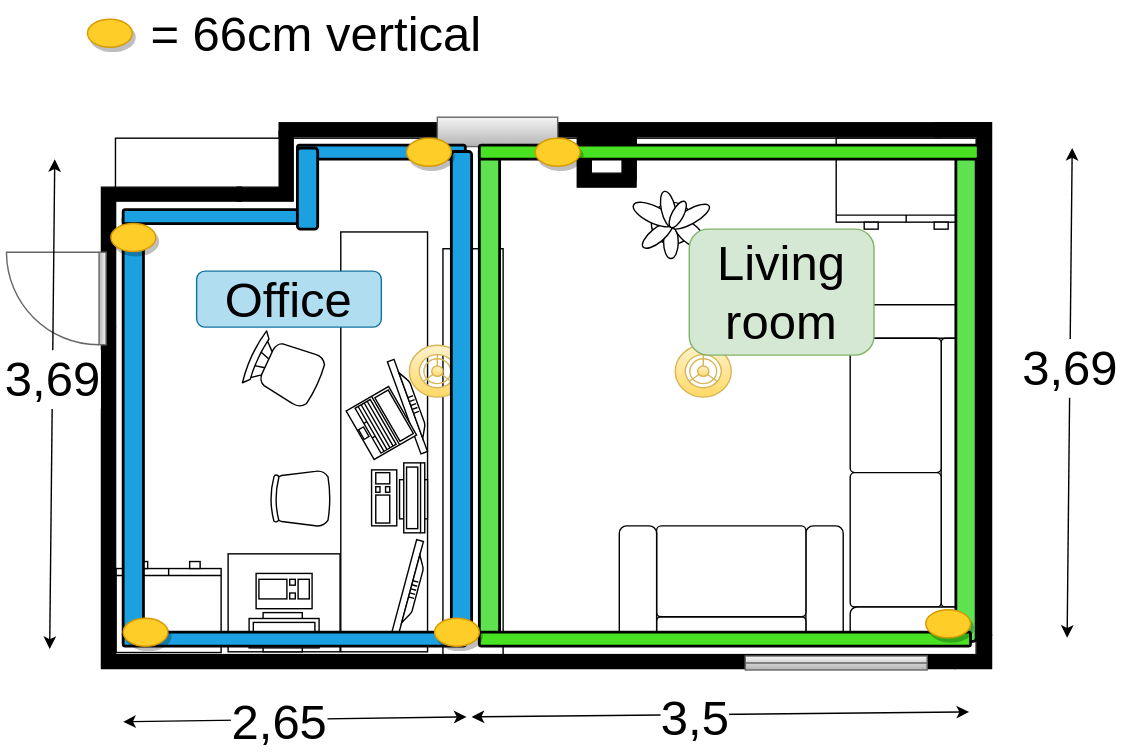
Above: docs/level_field/room_plan_downstair_led.svg in alexkratzer/autohomestack (draw.io), before the change. Source tidied: cells renumbered, new cells last; positions are measured from the earlier drawing's top-left corner, leaving out a move shared by most shapes. The source it was exported from:
```xml
<mxGraphModel background="#ffffff">
  <root>
    <mxCell id="0" />
    <mxCell id="1" value="wall" parent="0" />
    <mxCell id="2" style="verticalLabelPosition=bottom;html=1;verticalAlign=top;align=center;shape=mxgraph.floorplan.wallCorner;fillColor=#000000;shadow=0;sketch=0;strokeColor=#000000;" parent="1" vertex="1">
      <mxGeometry x="65" y="120" width="100" height="100" as="geometry" />
    </mxCell>
    <mxCell id="3" style="verticalLabelPosition=bottom;html=1;verticalAlign=top;align=center;shape=mxgraph.floorplan.wallCorner;fillColor=#000000;direction=west;shadow=0;sketch=0;strokeColor=#000000;" parent="1" vertex="1">
      <mxGeometry x="162" y="80" width="40" height="50" as="geometry" />
    </mxCell>
    <mxCell id="4" style="verticalLabelPosition=bottom;html=1;verticalAlign=top;align=center;shape=mxgraph.floorplan.wall;fillColor=#000000;shadow=0;sketch=0;strokeColor=#000000;" parent="1" vertex="1">
      <mxGeometry x="192" y="74" width="473" height="10" as="geometry" />
    </mxCell>
    <mxCell id="5" style="verticalLabelPosition=bottom;html=1;verticalAlign=top;align=center;shape=mxgraph.floorplan.wallCorner;fillColor=#000000;direction=south;shadow=0;sketch=0;strokeColor=#000000;" parent="1" vertex="1">
      <mxGeometry x="661" y="74" width="40" height="366" as="geometry" />
    </mxCell>
    <mxCell id="6" style="verticalLabelPosition=bottom;html=1;verticalAlign=top;align=center;shape=mxgraph.floorplan.wallCorner;fillColor=#000000;direction=north;shadow=0;sketch=0;strokeColor=#000000;" parent="1" vertex="1">
      <mxGeometry x="65" y="220" width="610" height="244" as="geometry" />
    </mxCell>
    <mxCell id="7" style="verticalLabelPosition=bottom;html=1;verticalAlign=top;align=center;shape=mxgraph.floorplan.wallCorner;fillColor=#000000;direction=west;shadow=0;sketch=0;strokeColor=#000000;" parent="1" vertex="1">
      <mxGeometry x="675" y="440" width="26" height="24" as="geometry" />
    </mxCell>
    <mxCell id="8" parent="0" />
    <mxCell id="9" style="rounded=0;whiteSpace=wrap;html=1;shadow=0;sketch=0;strokeColor=#000000;gradientColor=none;fillColor=none;" parent="8" vertex="1">
      <mxGeometry x="75" y="85" width="615" height="369" as="geometry" />
    </mxCell>
    <mxCell id="10" style="rounded=0;whiteSpace=wrap;html=1;shadow=0;sketch=0;strokeColor=#000000;fillColor=#ffffff;gradientColor=none;" parent="8" vertex="1">
      <mxGeometry x="408" y="85" width="39" height="30" as="geometry" />
    </mxCell>
    <mxCell id="11" style="rounded=0;whiteSpace=wrap;html=1;shadow=0;sketch=1;strokeColor=#000000;fillColor=#ffffff;gradientColor=none;" parent="8" vertex="1">
      <mxGeometry x="309" y="164" width="43" height="290" as="geometry" />
    </mxCell>
    <mxCell id="12" style="group;rotation=-90;sketch=1;shadow=1;" parent="8" vertex="1">
      <mxGeometry x="115" y="265" width="302" height="74.7" as="geometry" />
    </mxCell>
    <mxCell id="13" style="verticalLabelPosition=bottom;html=1;verticalAlign=top;align=center;strokeWidth=1;shape=mxgraph.floorplan.office_chair;shadow=0;rounded=0;comic=0;fontFamily=Verdana;fontSize=12;rotation=-90;" parent="12" vertex="1">
      <mxGeometry x="72" y="56" width="40" height="43" as="geometry" />
    </mxCell>
    <mxCell id="14" style="shape=rect;shadow=0;rounded=0;comic=0;fontFamily=Verdana;fontSize=12;align=center;html=1;rotation=-90;" parent="12" vertex="1">
      <mxGeometry x="2" y="6" width="300" height="62" as="geometry" />
    </mxCell>
    <mxCell id="15" style="verticalLabelPosition=bottom;html=1;verticalAlign=top;align=center;strokeWidth=1;shape=mxgraph.floorplan.workstation;shadow=0;flipV=1;rounded=0;comic=0;fontFamily=Verdana;fontSize=12;rotation=-90;" parent="12" vertex="1">
      <mxGeometry x="138" y="57" width="50" height="40" as="geometry" />
    </mxCell>
    <mxCell id="16" style="verticalLabelPosition=bottom;html=1;verticalAlign=top;align=center;strokeWidth=1;shape=mxgraph.floorplan.flat_tv;rounded=0;shadow=0;comic=0;fontFamily=Verdana;fontSize=12;rotation=-255;" parent="12" vertex="1">
      <mxGeometry x="136" y="137" width="70" height="10" as="geometry" />
    </mxCell>
    <mxCell id="17" style="verticalLabelPosition=bottom;html=1;verticalAlign=top;align=center;strokeWidth=1;shape=mxgraph.floorplan.flat_tv;rounded=0;shadow=0;comic=0;fontFamily=Verdana;fontSize=12;rotation=70;" parent="12" vertex="1">
      <mxGeometry x="136" y="6" width="70" height="10" as="geometry" />
    </mxCell>
    <mxCell id="18" style="verticalLabelPosition=bottom;html=1;verticalAlign=top;align=center;shape=mxgraph.floorplan.laptop;shadow=0;sketch=0;strokeColor=#000000;fillColor=#ffffff;gradientColor=none;rotation=60;" parent="12" vertex="1">
      <mxGeometry x="130" y="6" width="40" height="35" as="geometry" />
    </mxCell>
    <mxCell id="19" style="verticalLabelPosition=bottom;html=1;verticalAlign=top;align=center;shape=mxgraph.floorplan.couch;shadow=0;sketch=1;strokeColor=#000000;fillColor=#ffffff;gradientColor=none;rotation=90;" parent="8" vertex="1">
      <mxGeometry x="520" y="284" width="240" height="80" as="geometry" />
    </mxCell>
    <mxCell id="20" style="verticalLabelPosition=bottom;html=1;verticalAlign=top;align=center;shape=mxgraph.floorplan.flat_tv;shadow=0;sketch=1;strokeColor=#000000;fillColor=#ffffff;gradientColor=none;" parent="8" vertex="1">
      <mxGeometry x="475" y="90" width="100" height="10" as="geometry" />
    </mxCell>
    <mxCell id="21" style="verticalLabelPosition=bottom;html=1;verticalAlign=top;align=center;shape=mxgraph.floorplan.chair;shadow=0;sketch=1;strokeColor=#000000;fillColor=#ffffff;gradientColor=none;rotation=-65;" parent="8" vertex="1">
      <mxGeometry x="175" y="225" width="41" height="52" as="geometry" />
    </mxCell>
    <mxCell id="22" style="verticalLabelPosition=bottom;html=1;verticalAlign=top;align=center;shape=mxgraph.floorplan.sofa;shadow=0;sketch=1;strokeColor=#000000;fillColor=#ffffff;gradientColor=none;rotation=0;direction=west;" parent="8" vertex="1">
      <mxGeometry x="435" y="362" width="160" height="80" as="geometry" />
    </mxCell>
    <mxCell id="23" style="verticalLabelPosition=bottom;html=1;verticalAlign=top;align=center;strokeWidth=1;shape=mxgraph.floorplan.dresser;rounded=0;shadow=0;comic=0;fontFamily=Verdana;fontSize=12;rotation=0;sketch=1;" parent="8" vertex="1">
      <mxGeometry x="590" y="85" width="100" height="65" as="geometry" />
    </mxCell>
    <mxCell id="24" style="verticalLabelPosition=bottom;html=1;verticalAlign=top;align=center;strokeWidth=1;shape=mxgraph.floorplan.dresser;rounded=0;shadow=0;comic=0;fontFamily=Verdana;fontSize=12;rotation=90;direction=south;sketch=1;" parent="8" vertex="1">
      <mxGeometry x="80.5" y="382.5" width="65" height="75" as="geometry" />
    </mxCell>
    <mxCell id="25" style="group;sketch=1;" parent="8" vertex="1">
      <mxGeometry x="155.5" y="382" width="80" height="70" as="geometry" />
    </mxCell>
    <mxCell id="26" style="group;" parent="25" vertex="1">
      <mxGeometry width="80" height="70" as="geometry" />
    </mxCell>
    <mxCell id="27" style="shape=rect;shadow=0;rounded=0;comic=0;fontFamily=Verdana;fontSize=12;align=center;html=1;" parent="26" vertex="1">
      <mxGeometry width="80" height="70" as="geometry" />
    </mxCell>
    <mxCell id="28" style="verticalLabelPosition=bottom;html=1;verticalAlign=top;align=center;strokeWidth=1;shape=mxgraph.floorplan.workstation;shadow=0;flipV=1;rounded=0;comic=0;fontFamily=Verdana;fontSize=12;" parent="26" vertex="1">
      <mxGeometry x="15" y="14" width="50" height="56" as="geometry" />
    </mxCell>
    <mxCell id="29" style="verticalLabelPosition=bottom;html=1;verticalAlign=top;align=center;strokeWidth=1;shape=mxgraph.floorplan.plant;rounded=0;shadow=0;comic=0;fontFamily=Verdana;fontSize=12;sketch=1;" parent="8" vertex="1">
      <mxGeometry x="447" y="120" width="47" height="51" as="geometry" />
    </mxCell>
    <mxCell id="30" style="verticalLabelPosition=bottom;html=1;verticalAlign=top;align=center;shape=mxgraph.floorplan.window;shadow=0;sketch=0;strokeColor=#666666;fillColor=#f5f5f5;gradientColor=#b3b3b3;" parent="8" vertex="1">
      <mxGeometry x="525" y="450" width="130" height="20" as="geometry" />
    </mxCell>
    <mxCell id="31" style="verticalLabelPosition=bottom;html=1;verticalAlign=top;align=center;shape=mxgraph.floorplan.doorLeft;shadow=0;sketch=0;strokeColor=#666666;fillColor=#f5f5f5;gradientColor=#b3b3b3;rotation=90;" parent="8" vertex="1">
      <mxGeometry x="0.1" y="164.4" width="66.1" height="70.3" as="geometry" />
    </mxCell>
    <mxCell id="32" style="rounded=0;whiteSpace=wrap;html=1;fillColor=#f5f5f5;strokeColor=#666666;gradientColor=#b3b3b3;" parent="8" vertex="1">
      <mxGeometry x="305" y="70" width="86" height="21" as="geometry" />
    </mxCell>
    <mxCell id="33" style="verticalLabelPosition=bottom;html=1;verticalAlign=top;align=center;shape=mxgraph.floorplan.room;fillColor=#000000;shadow=0;sketch=0;strokeColor=#000000;" parent="8" vertex="1">
      <mxGeometry x="405" y="80" width="42" height="40" as="geometry" />
    </mxCell>
    <mxCell id="34" style="verticalLabelPosition=bottom;html=1;verticalAlign=top;align=center;shape=mxgraph.floorplan.floor_lamp;rounded=1;shadow=0;glass=0;labelBackgroundColor=none;sketch=1;strokeColor=#d6b656;fillColor=#fff2cc;gradientColor=#ffd966;fontSize=35;" parent="8" vertex="1">
      <mxGeometry x="285" y="233" width="40" height="37" as="geometry" />
    </mxCell>
    <mxCell id="35" style="verticalLabelPosition=bottom;html=1;verticalAlign=top;align=center;shape=mxgraph.floorplan.floor_lamp;rounded=1;shadow=0;glass=0;labelBackgroundColor=none;sketch=1;strokeColor=#d6b656;fillColor=#fff2cc;gradientColor=#ffd966;fontSize=35;" parent="8" vertex="1">
      <mxGeometry x="475" y="233" width="40" height="37" as="geometry" />
    </mxCell>
    <mxCell id="36" value="led" parent="0" />
    <mxCell id="37" style="rounded=1;whiteSpace=wrap;html=1;strokeWidth=2;fillWeight=4;hachureGap=8;hachureAngle=45;fillColor=#1ba1e2;sketch=1;shadow=0;" parent="36" vertex="1">
      <mxGeometry x="205" y="90" width="120" height="10" as="geometry" />
    </mxCell>
    <mxCell id="38" style="rounded=1;whiteSpace=wrap;html=1;strokeWidth=2;fillWeight=4;hachureGap=8;hachureAngle=45;fillColor=#1ba1e2;sketch=1;shadow=0;" parent="36" vertex="1">
      <mxGeometry x="80.5" y="438" width="244.5" height="10" as="geometry" />
    </mxCell>
    <mxCell id="39" style="rounded=1;whiteSpace=wrap;html=1;strokeWidth=2;fillWeight=4;hachureGap=8;hachureAngle=45;fillColor=#1ba1e2;sketch=1;shadow=0;" parent="36" vertex="1">
      <mxGeometry x="80.5" y="140" width="14.5" height="302" as="geometry" />
    </mxCell>
    <mxCell id="40" style="rounded=1;whiteSpace=wrap;html=1;strokeWidth=2;fillWeight=4;hachureGap=8;hachureAngle=45;fillColor=#1ba1e2;sketch=1;shadow=0;" parent="36" vertex="1">
      <mxGeometry x="315" y="94.5" width="14.5" height="350" as="geometry" />
    </mxCell>
    <mxCell id="41" style="rounded=1;whiteSpace=wrap;html=1;strokeWidth=2;fillWeight=4;hachureGap=8;hachureAngle=45;sketch=1;shadow=0;fillColor=#5EE24F;" parent="36" vertex="1">
      <mxGeometry x="335" y="92" width="14.5" height="350" as="geometry" />
    </mxCell>
    <mxCell id="42" style="rounded=1;whiteSpace=wrap;html=1;strokeWidth=2;fillWeight=4;hachureGap=8;hachureAngle=45;sketch=1;shadow=0;fillColor=#5EE24F;" parent="36" vertex="1">
      <mxGeometry x="675.5" y="94.5" width="14.5" height="350" as="geometry" />
    </mxCell>
    <mxCell id="43" style="rounded=1;whiteSpace=wrap;html=1;strokeWidth=2;fillWeight=4;hachureGap=8;hachureAngle=45;sketch=1;shadow=0;fillColor=#48E222;" parent="36" vertex="1">
      <mxGeometry x="335" y="90" width="356.5" height="10" as="geometry" />
    </mxCell>
    <mxCell id="44" style="rounded=1;whiteSpace=wrap;html=1;strokeWidth=2;fillWeight=4;hachureGap=8;hachureAngle=45;sketch=1;shadow=0;fillColor=#48E222;" parent="36" vertex="1">
      <mxGeometry x="335" y="438" width="351" height="10" as="geometry" />
    </mxCell>
    <mxCell id="45" style="rounded=1;whiteSpace=wrap;html=1;strokeWidth=2;fillWeight=4;hachureGap=8;hachureAngle=45;fillColor=#1ba1e2;sketch=1;shadow=0;" parent="36" vertex="1">
      <mxGeometry x="80.5" y="136" width="124.5" height="10" as="geometry" />
    </mxCell>
    <mxCell id="46" style="rounded=1;whiteSpace=wrap;html=1;strokeWidth=2;fillWeight=4;hachureGap=8;hachureAngle=45;fillColor=#1ba1e2;sketch=1;shadow=0;" parent="36" vertex="1">
      <mxGeometry x="205" y="92" width="14.5" height="58" as="geometry" />
    </mxCell>
    <mxCell id="47" value="Office" style="text;align=center;verticalAlign=middle;rounded=1;shadow=0;glass=0;labelBackgroundColor=none;sketch=1;fontSize=35;whiteSpace=wrap;html=1;fillColor=#b1ddf0;strokeColor=#10739e;" parent="36" vertex="1">
      <mxGeometry x="133" y="180" width="132" height="40" as="geometry" />
    </mxCell>
    <mxCell id="48" value="Living room" style="text;align=center;verticalAlign=middle;rounded=1;shadow=0;glass=0;labelBackgroundColor=none;sketch=1;fontSize=35;whiteSpace=wrap;html=1;fillColor=#d5e8d4;strokeColor=#82b366;" parent="36" vertex="1">
      <mxGeometry x="485" y="150" width="132" height="90" as="geometry" />
    </mxCell>
    <mxCell id="49" style="endArrow=classic;startArrow=classic;html=1;fontSize=35;fontColor=#000000;entryX=0.75;entryY=1;entryDx=0;entryDy=0;exitX=0;exitY=1;exitDx=0;exitDy=0;" parent="36" edge="1">
      <mxGeometry relative="1" as="geometry">
        <mxPoint x="80.5" y="502" as="sourcePoint" />
        <mxPoint x="325.9" y="498.5" as="targetPoint" />
      </mxGeometry>
    </mxCell>
    <mxCell id="50" value="2,65" style="edgeLabel;html=1;align=center;verticalAlign=middle;fontSize=35;fontColor=#000000;" parent="49" vertex="1">
      <mxGeometry x="-0.1" y="-1" relative="1" as="geometry" />
    </mxCell>
    <mxCell id="51" style="endArrow=classic;startArrow=classic;html=1;fontSize=35;fontColor=#000000;entryX=0.5;entryY=1;entryDx=0;entryDy=0;exitX=0.75;exitY=0;exitDx=0;exitDy=0;" parent="36" edge="1">
      <mxGeometry relative="1" as="geometry">
        <mxPoint x="31.6" y="100" as="sourcePoint" />
        <mxPoint x="28" y="450" as="targetPoint" />
      </mxGeometry>
    </mxCell>
    <mxCell id="52" value="3,69" style="edgeLabel;html=1;align=center;verticalAlign=middle;fontSize=35;fontColor=#000000;" parent="51" vertex="1">
      <mxGeometry x="-0.1" y="-1" relative="1" as="geometry" />
    </mxCell>
    <mxCell id="53" style="endArrow=classic;startArrow=classic;html=1;fontSize=35;fontColor=#000000;entryX=0.5;entryY=1;entryDx=0;entryDy=0;exitX=0.75;exitY=0;exitDx=0;exitDy=0;" parent="36" edge="1">
      <mxGeometry relative="1" as="geometry">
        <mxPoint x="758.6" y="92" as="sourcePoint" />
        <mxPoint x="755" y="442" as="targetPoint" />
      </mxGeometry>
    </mxCell>
    <mxCell id="54" value="3,69" style="edgeLabel;html=1;align=center;verticalAlign=middle;fontSize=35;fontColor=#000000;" parent="53" vertex="1">
      <mxGeometry x="-0.1" y="-1" relative="1" as="geometry" />
    </mxCell>
    <mxCell id="55" style="endArrow=classic;startArrow=classic;html=1;fontSize=35;fontColor=#000000;exitX=0;exitY=1;exitDx=0;exitDy=0;" parent="36" edge="1">
      <mxGeometry relative="1" as="geometry">
        <mxPoint x="329.5" y="498.5" as="sourcePoint" />
        <mxPoint x="685" y="495" as="targetPoint" />
      </mxGeometry>
    </mxCell>
    <mxCell id="56" value="3,5" style="edgeLabel;html=1;align=center;verticalAlign=middle;fontSize=35;fontColor=#000000;" parent="55" vertex="1">
      <mxGeometry x="-0.1" y="-1" relative="1" as="geometry" />
    </mxCell>
    <mxCell id="57" style="ellipse;whiteSpace=wrap;html=1;rounded=1;shadow=1;glass=0;labelBackgroundColor=none;sketch=1;strokeColor=#d79b00;fontSize=35;fillColor=#ffcd28;" parent="36" vertex="1">
      <mxGeometry x="55" width="32" height="20" as="geometry" />
    </mxCell>
    <mxCell id="58" value="= 66cm&amp;nbsp;vertical&amp;nbsp;" style="text;html=1;strokeColor=none;fillColor=none;align=center;verticalAlign=middle;whiteSpace=wrap;rounded=0;shadow=1;glass=0;labelBackgroundColor=none;sketch=1;fontSize=35;fontColor=#000000;" parent="36" vertex="1">
      <mxGeometry x="80.5" width="284.5" height="20" as="geometry" />
    </mxCell>
    <mxCell id="59" style="ellipse;whiteSpace=wrap;html=1;rounded=1;shadow=1;glass=0;labelBackgroundColor=none;sketch=1;strokeColor=#d79b00;fontSize=35;fillColor=#ffcd28;" parent="36" vertex="1">
      <mxGeometry x="71.8" y="146" width="32" height="20" as="geometry" />
    </mxCell>
    <mxCell id="60" style="ellipse;whiteSpace=wrap;html=1;rounded=1;shadow=1;glass=0;labelBackgroundColor=none;sketch=1;strokeColor=#d79b00;fontSize=35;fillColor=#ffcd28;" parent="36" vertex="1">
      <mxGeometry x="80.5" y="428" width="32" height="20" as="geometry" />
    </mxCell>
    <mxCell id="61" style="ellipse;whiteSpace=wrap;html=1;rounded=1;shadow=1;glass=0;labelBackgroundColor=none;sketch=1;strokeColor=#d79b00;fontSize=35;fillColor=#ffcd28;" parent="36" vertex="1">
      <mxGeometry x="283" y="85" width="32" height="20" as="geometry" />
    </mxCell>
    <mxCell id="62" style="ellipse;whiteSpace=wrap;html=1;rounded=1;shadow=1;glass=0;labelBackgroundColor=none;sketch=1;strokeColor=#d79b00;fontSize=35;fillColor=#ffcd28;" parent="36" vertex="1">
      <mxGeometry x="375" y="85" width="32" height="20" as="geometry" />
    </mxCell>
    <mxCell id="63" style="ellipse;whiteSpace=wrap;html=1;rounded=1;shadow=1;glass=0;labelBackgroundColor=none;sketch=1;strokeColor=#d79b00;fontSize=35;fillColor=#ffcd28;" parent="36" vertex="1">
      <mxGeometry x="654" y="422" width="32" height="20" as="geometry" />
    </mxCell>
    <mxCell id="64" style="ellipse;whiteSpace=wrap;html=1;rounded=1;shadow=1;glass=0;labelBackgroundColor=none;sketch=1;strokeColor=#d79b00;fontSize=35;fillColor=#ffcd28;" parent="36" vertex="1">
      <mxGeometry x="303" y="428" width="32" height="20" as="geometry" />
    </mxCell>
  </root>
</mxGraphModel>
```
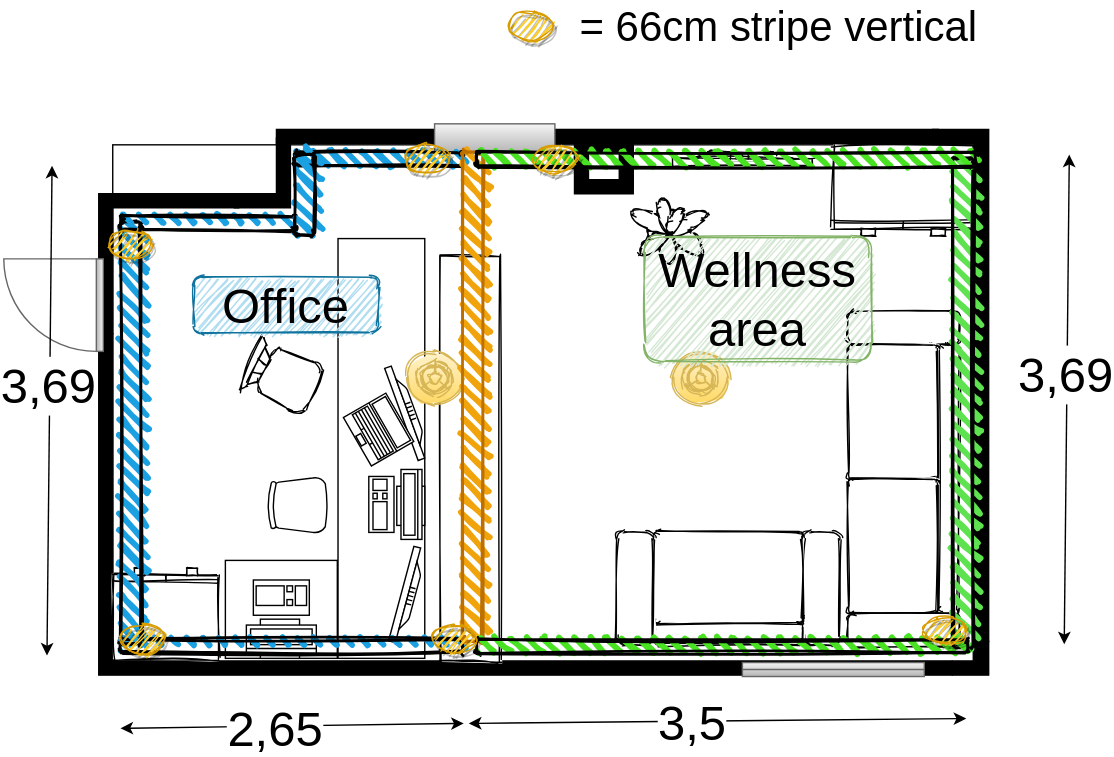
Above is the later version.

The edit, as a diff of the source:
```diff
@@ -112,12 +112,9 @@
     <mxCell id="39" style="rounded=1;whiteSpace=wrap;html=1;strokeWidth=2;fillWeight=4;hachureGap=8;hachureAngle=45;fillColor=#1ba1e2;sketch=1;shadow=0;" parent="36" vertex="1">
       <mxGeometry x="80.5" y="140" width="14.5" height="302" as="geometry" />
     </mxCell>
-    <mxCell id="40" style="rounded=1;whiteSpace=wrap;html=1;strokeWidth=2;fillWeight=4;hachureGap=8;hachureAngle=45;fillColor=#1ba1e2;sketch=1;shadow=0;" parent="36" vertex="1">
-      <mxGeometry x="315" y="94.5" width="14.5" height="350" as="geometry" />
+    <mxCell id="40" style="rounded=1;whiteSpace=wrap;html=1;strokeWidth=2;fillWeight=4;hachureGap=8;hachureAngle=45;fillColor=#f0a30a;sketch=1;shadow=0;strokeColor=#BD7000;fontColor=#ffffff;" parent="36" vertex="1">
+      <mxGeometry x="325" y="90" width="14.5" height="350" as="geometry" />
     </mxCell>
-    <mxCell id="41" style="rounded=1;whiteSpace=wrap;html=1;strokeWidth=2;fillWeight=4;hachureGap=8;hachureAngle=45;sketch=1;shadow=0;fillColor=#5EE24F;" parent="36" vertex="1">
-      <mxGeometry x="335" y="92" width="14.5" height="350" as="geometry" />
-    </mxCell>
     <mxCell id="42" style="rounded=1;whiteSpace=wrap;html=1;strokeWidth=2;fillWeight=4;hachureGap=8;hachureAngle=45;sketch=1;shadow=0;fillColor=#5EE24F;" parent="36" vertex="1">
       <mxGeometry x="675.5" y="94.5" width="14.5" height="350" as="geometry" />
     </mxCell>
@@ -136,8 +133,8 @@
     <mxCell id="47" value="Office" style="text;align=center;verticalAlign=middle;rounded=1;shadow=0;glass=0;labelBackgroundColor=none;sketch=1;fontSize=35;whiteSpace=wrap;html=1;fillColor=#b1ddf0;strokeColor=#10739e;" parent="36" vertex="1">
       <mxGeometry x="133" y="180" width="132" height="40" as="geometry" />
     </mxCell>
-    <mxCell id="48" value="Living room" style="text;align=center;verticalAlign=middle;rounded=1;shadow=0;glass=0;labelBackgroundColor=none;sketch=1;fontSize=35;whiteSpace=wrap;html=1;fillColor=#d5e8d4;strokeColor=#82b366;" parent="36" vertex="1">
-      <mxGeometry x="485" y="150" width="132" height="90" as="geometry" />
+    <mxCell id="48" value="Wellness area" style="text;align=center;verticalAlign=middle;rounded=1;shadow=0;glass=0;labelBackgroundColor=none;sketch=1;fontSize=35;whiteSpace=wrap;html=1;fillColor=#d5e8d4;strokeColor=#82b366;" parent="36" vertex="1">
+      <mxGeometry x="455" y="150" width="162" height="90" as="geometry" />
     </mxCell>
     <mxCell id="49" style="endArrow=classic;startArrow=classic;html=1;fontSize=35;fontColor=#000000;entryX=0.75;entryY=1;entryDx=0;entryDy=0;exitX=0;exitY=1;exitDx=0;exitDy=0;" parent="36" edge="1">
       <mxGeometry relative="1" as="geometry">
@@ -176,10 +173,10 @@
       <mxGeometry x="-0.1" y="-1" relative="1" as="geometry" />
     </mxCell>
     <mxCell id="57" style="ellipse;whiteSpace=wrap;html=1;rounded=1;shadow=1;glass=0;labelBackgroundColor=none;sketch=1;strokeColor=#d79b00;fontSize=35;fillColor=#ffcd28;" parent="36" vertex="1">
-      <mxGeometry x="55" width="32" height="20" as="geometry" />
+      <mxGeometry x="357" y="-10" width="32" height="20" as="geometry" />
     </mxCell>
-    <mxCell id="58" value="= 66cm&amp;nbsp;vertical&amp;nbsp;" style="text;html=1;strokeColor=none;fillColor=none;align=center;verticalAlign=middle;whiteSpace=wrap;rounded=0;shadow=1;glass=0;labelBackgroundColor=none;sketch=1;fontSize=35;fontColor=#000000;" parent="36" vertex="1">
-      <mxGeometry x="80.5" width="284.5" height="20" as="geometry" />
+    <mxCell id="58" value="= 66cm stripe vertical&amp;nbsp;" style="text;html=1;strokeColor=none;fillColor=none;align=left;verticalAlign=middle;whiteSpace=wrap;rounded=0;shadow=1;glass=0;labelBackgroundColor=none;sketch=1;fontSize=30;fontColor=#000000;" parent="36" vertex="1">
+      <mxGeometry x="407" y="-10" width="318" height="20" as="geometry" />
     </mxCell>
     <mxCell id="59" style="ellipse;whiteSpace=wrap;html=1;rounded=1;shadow=1;glass=0;labelBackgroundColor=none;sketch=1;strokeColor=#d79b00;fontSize=35;fillColor=#ffcd28;" parent="36" vertex="1">
       <mxGeometry x="71.8" y="146" width="32" height="20" as="geometry" />
```
